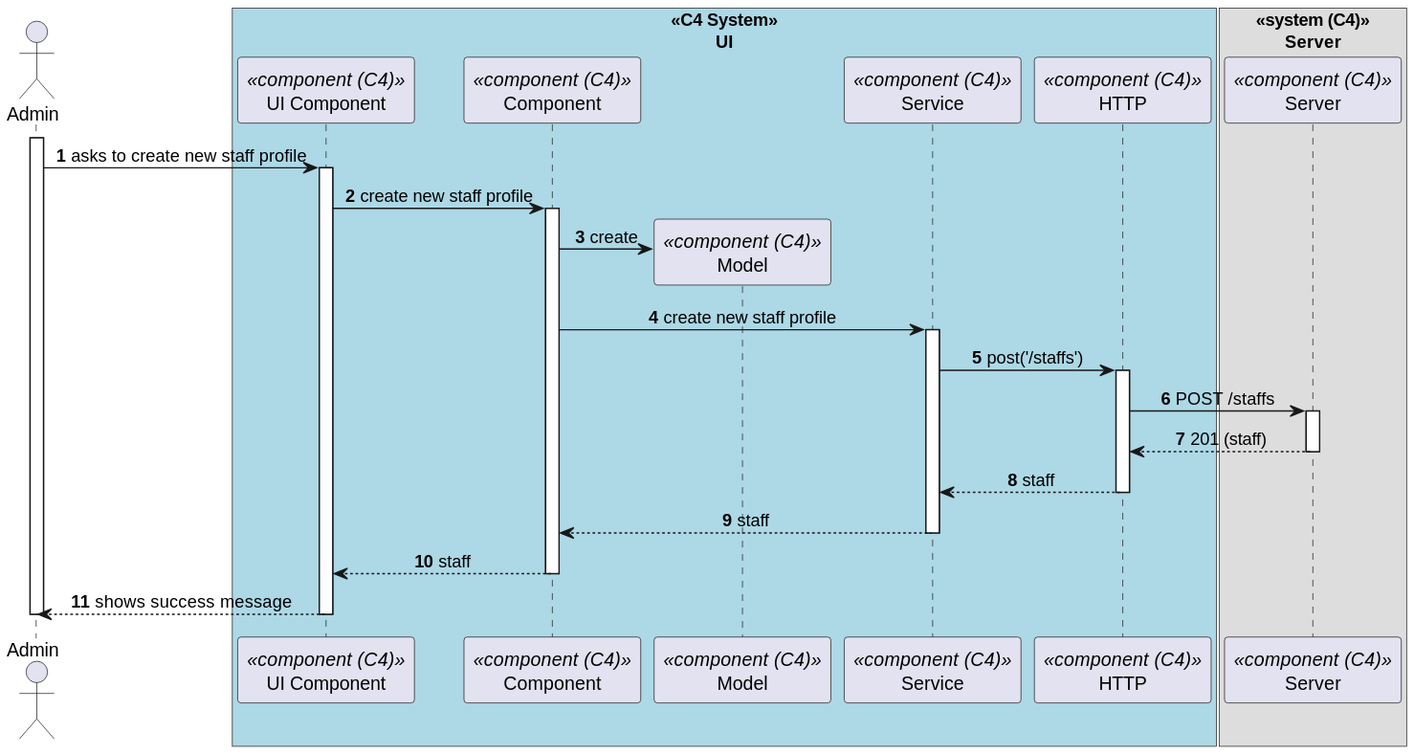
Earlier version of the PlantUML export docs/sprint-b/us-6..2.10/views/level3/process-view.svg (1220846/sem5pi-24-25-3ddg20).
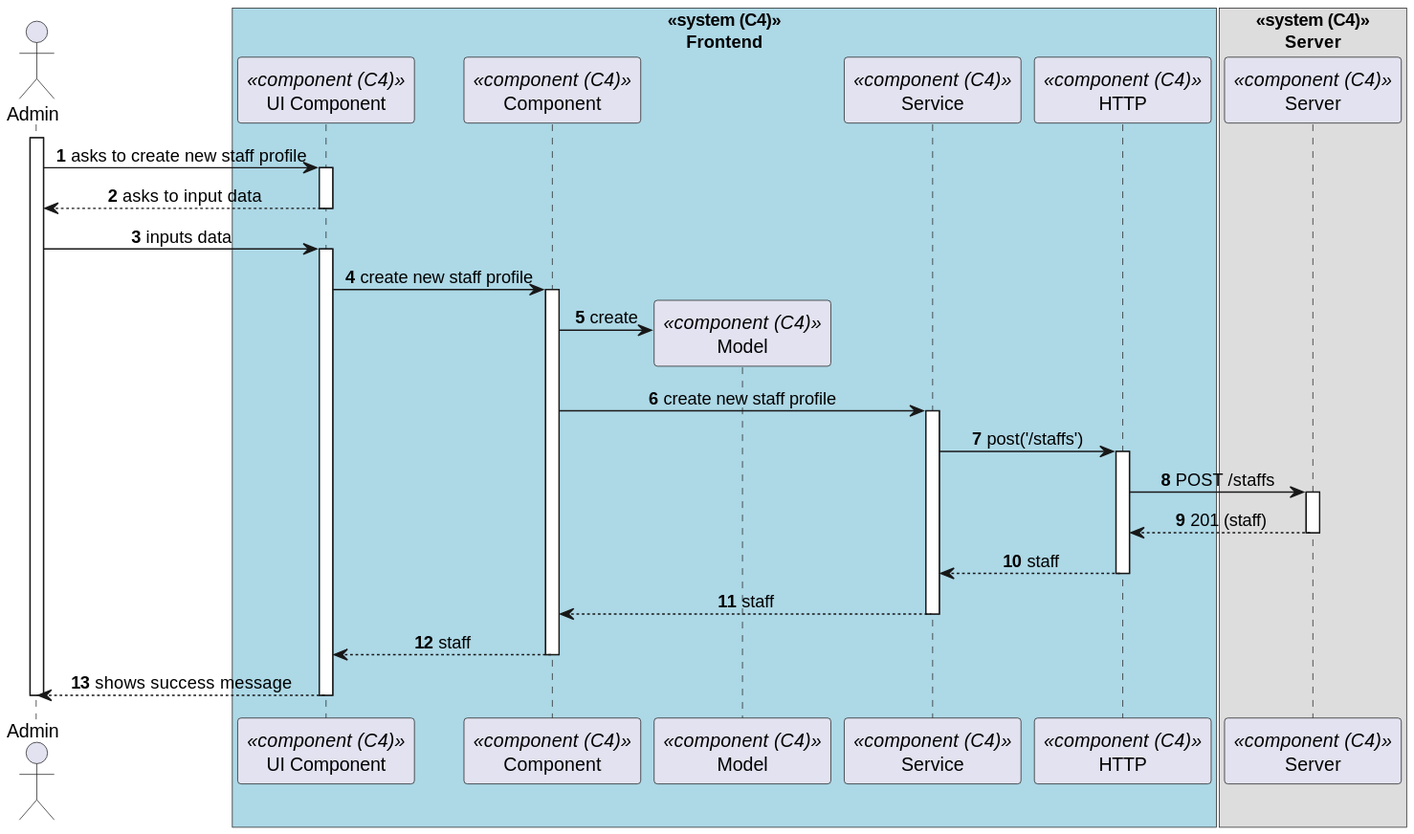
After the commit.

Diff of the diagram source:
```diff
@@ -2,7 +2,7 @@
 autonumber
 skinparam DefaultTextAlignment center
 actor Admin as "Admin"
-box "<<C4 System>>\nUI"#LightBlue
+box "<<system (C4)>>\nFrontend"#LightBlue
     participant ComponentUI as "UI Component" <<component (C4)>>
     participant Component as "Component" <<component (C4)>>
     participant Model as "Model" <<component (C4)>>
@@ -16,6 +16,10 @@
 
 activate Admin
     Admin -> ComponentUI : asks to create new staff profile
+    activate ComponentUI
+        ComponentUI --> Admin : asks to input data
+    deactivate ComponentUI
+    Admin -> ComponentUI : inputs data
     activate ComponentUI
         ComponentUI -> Component : create new staff profile
         activate Component
```
